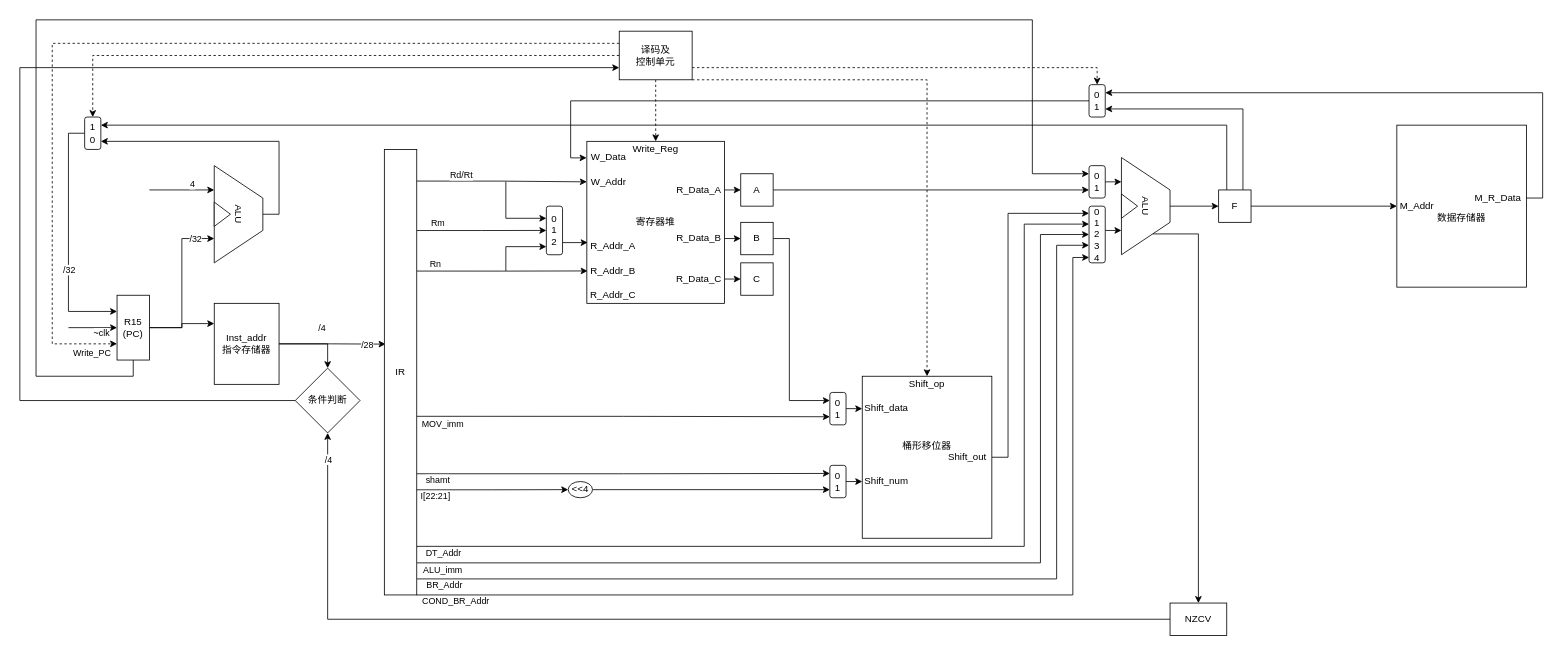
Earlier version of the draw.io diagram hdu2021ComputerOrganization/20210612/CPU核心结构图.drawio (KaizynX/MySmallProjects). Source tidied: cells renumbered, new cells numbered last; positions are measured from the earlier drawing's top-left corner, leaving out a move shared by most shapes. Both pictures are drawn from the tidied source at 81%, with x=0, y=0 at pixel (19, 19).
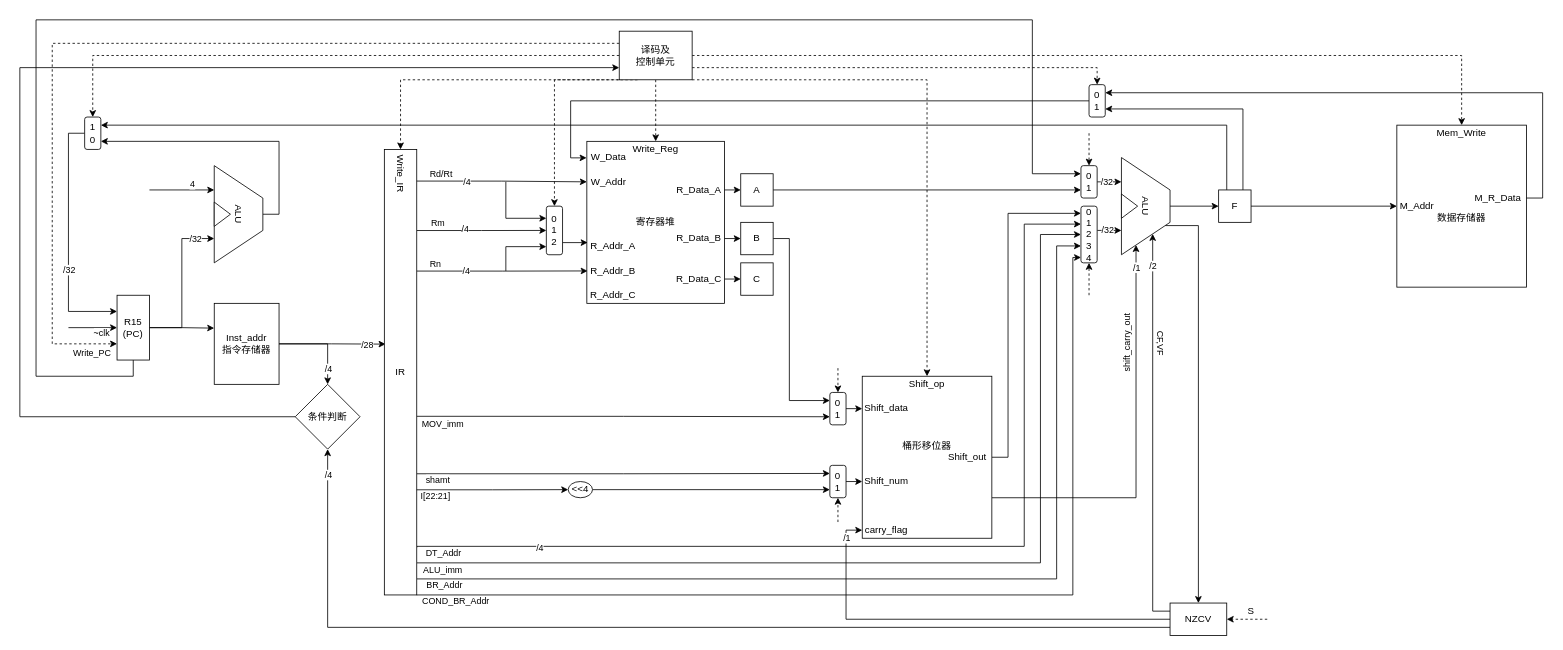
The same diagram, later.

The change refers to these unchanged cells:
```xml
<mxCell id="6" value="R15&lt;br&gt;(PC)" style="rounded=0;whiteSpace=wrap;html=1;" parent="1" vertex="1">
  <mxGeometry x="120" y="340" width="40" height="80" as="geometry" />
</mxCell>
<mxCell id="15" style="edgeStyle=orthogonalEdgeStyle;rounded=0;jettySize=auto;html=1;exitX=1;exitY=0.5;exitDx=0;exitDy=0;entryX=0.5;entryY=0;entryDx=0;entryDy=0;" parent="1" edge="1" source="17" target="52">
  <mxGeometry relative="1" as="geometry" />
</mxCell>
<mxCell id="17" value="Inst_addr&lt;br&gt;指令存储器" style="rounded=0;whiteSpace=wrap;html=1;" parent="1" vertex="1">
  <mxGeometry x="240" y="350" width="80" height="100" as="geometry" />
</mxCell>
<mxCell id="20" style="edgeStyle=orthogonalEdgeStyle;rounded=0;jettySize=auto;html=1;exitX=0.981;exitY=0.071;exitDx=0;exitDy=0;entryX=0;entryY=0.25;entryDx=0;entryDy=0;exitPerimeter=0;" parent="1" edge="1" source="40" target="48">
  <mxGeometry relative="1" as="geometry" />
</mxCell>
<mxCell id="23" style="edgeStyle=orthogonalEdgeStyle;rounded=0;jettySize=auto;html=1;exitX=0.995;exitY=0.273;exitDx=0;exitDy=0;entryX=0;entryY=0.5;entryDx=0;entryDy=0;exitPerimeter=0;" parent="1" edge="1" source="40" target="64">
  <mxGeometry relative="1" as="geometry" />
</mxCell>
<mxCell id="30" style="edgeStyle=orthogonalEdgeStyle;rounded=0;jettySize=auto;html=1;exitX=1.008;exitY=0.893;exitDx=0;exitDy=0;entryX=0;entryY=0.317;entryDx=0;entryDy=0;exitPerimeter=0;entryPerimeter=0;" parent="1" edge="1" source="40" target="98">
  <mxGeometry relative="1" as="geometry">
    <Array as="points">
      <mxPoint x="490" y="650" />
      <mxPoint x="1240" y="650" />
      <mxPoint x="1240" y="252" />
    </Array>
  </mxGeometry>
</mxCell>
<mxCell id="36" style="edgeStyle=orthogonalEdgeStyle;rounded=0;jettySize=auto;html=1;exitX=1;exitY=0.182;exitDx=0;exitDy=0;entryX=0;entryY=0.5;entryDx=0;entryDy=0;exitPerimeter=0;" parent="1" edge="1" source="40" target="67">
  <mxGeometry relative="1" as="geometry" />
</mxCell>
<mxCell id="40" value="IR" style="rounded=0;whiteSpace=wrap;html=1;" parent="1" vertex="1">
  <mxGeometry x="450" y="160" width="40" height="550" as="geometry" />
</mxCell>
<mxCell id="47" value="译码及&lt;br&gt;控制单元" style="rounded=0;whiteSpace=wrap;html=1;" parent="1" vertex="1">
  <mxGeometry x="740" y="14" width="90" height="60" as="geometry" />
</mxCell>
<mxCell id="50" value="桶形移位器&lt;br&gt;&amp;nbsp;&lt;br&gt;&amp;nbsp;" style="rounded=0;whiteSpace=wrap;html=1;" parent="1" vertex="1">
  <mxGeometry x="1040" y="440" width="160" height="200" as="geometry" />
</mxCell>
<mxCell id="60" value="&lt;br&gt;&lt;br&gt;数据存储器" style="rounded=0;whiteSpace=wrap;html=1;" parent="1" vertex="1">
  <mxGeometry x="1700" y="130" width="160" height="200" as="geometry" />
</mxCell>
<mxCell id="67" value="0&lt;br&gt;1&lt;br&gt;2" style="rounded=1;whiteSpace=wrap;html=1;" parent="1" vertex="1">
  <mxGeometry x="650" y="230" width="20" height="60" as="geometry" />
</mxCell>
<mxCell id="78" value="0&lt;br&gt;1" style="rounded=1;whiteSpace=wrap;html=1;" parent="1" vertex="1">
  <mxGeometry x="1000" y="550" width="20" height="40" as="geometry" />
</mxCell>
<mxCell id="81" value="ALU" style="shape=trapezoid;perimeter=trapezoidPerimeter;whiteSpace=wrap;html=1;fixedSize=1;rotation=90;size=40;" parent="1" vertex="1">
  <mxGeometry x="1330" y="200" width="120" height="60" as="geometry" />
</mxCell>
<mxCell id="84" value="0&lt;br&gt;1" style="rounded=1;whiteSpace=wrap;html=1;" parent="1" vertex="1">
  <mxGeometry x="1000" y="460" width="20" height="40" as="geometry" />
</mxCell>
<mxCell id="106" value="NZCV" style="rounded=0;whiteSpace=wrap;html=1;" parent="1" vertex="1">
  <mxGeometry x="1420" y="720" width="70" height="40" as="geometry" />
</mxCell>
```

Diff of the diagram source:
```diff
@@
-    <mxCell id="2" style="edgeStyle=orthogonalEdgeStyle;rounded=0;jettySize=auto;html=1;exitX=1;exitY=0.5;exitDx=0;exitDy=0;entryX=0;entryY=0.25;entryDx=0;entryDy=0;" parent="1" edge="1" source="6" target="17">
+    <mxCell id="2" style="edgeStyle=orthogonalEdgeStyle;rounded=0;jettySize=auto;html=1;exitX=1;exitY=0.5;exitDx=0;exitDy=0;entryX=-0.001;entryY=0.306;entryDx=0;entryDy=0;entryPerimeter=0;" parent="1" edge="1" source="6" target="17">
       <mxGeometry relative="1" as="geometry" />
     </mxCell>
@@
     <mxCell id="16" value="/4" style="edgeLabel;html=1;align=center;verticalAlign=middle;" parent="15" vertex="1">
       <mxGeometry x="0.16" y="1" relative="1" as="geometry">
-        <mxPoint y="-19" as="offset" />
+        <mxPoint x="-1" y="26" as="offset" />
       </mxGeometry>
     </mxCell>
@@
     <mxCell id="21" value="Rd/Rt" style="edgeLabel;html=1;align=center;verticalAlign=middle;" parent="20" vertex="1">
       <mxGeometry x="-0.27" y="1" relative="1" as="geometry">
-        <mxPoint x="-22" y="-7" as="offset" />
+        <mxPoint x="-46.5" y="-8.1" as="offset" />
       </mxGeometry>
     </mxCell>
+    <mxCell id="107" value="/4" style="edgeLabel;html=1;align=center;verticalAlign=middle;" parent="20" vertex="1">
+      <mxGeometry x="-0.41" relative="1" as="geometry" />
+    </mxCell>
@@
+    <mxCell id="108" value="/4" style="edgeLabel;html=1;align=center;verticalAlign=middle;" parent="23" vertex="1">
+      <mxGeometry x="-0.42" y="-2" relative="1" as="geometry">
+        <mxPoint y="-3" as="offset" />
+      </mxGeometry>
+    </mxCell>
@@
+    <mxCell id="109" value="/4" style="edgeLabel;html=1;align=center;verticalAlign=middle;" parent="30" vertex="1">
+      <mxGeometry x="-0.84" y="-1" relative="1" as="geometry">
+        <mxPoint x="54.9" as="offset" />
+      </mxGeometry>
+    </mxCell>
@@
-    <mxCell id="34" style="edgeStyle=orthogonalEdgeStyle;rounded=0;jettySize=auto;html=1;exitX=1.008;exitY=0.964;exitDx=0;exitDy=0;entryX=0;entryY=0.69;entryDx=0;entryDy=0;exitPerimeter=0;entryPerimeter=0;" parent="1" edge="1" source="40" target="98">
+    <mxCell id="34" style="edgeStyle=orthogonalEdgeStyle;rounded=0;jettySize=auto;html=1;exitX=1.008;exitY=0.964;exitDx=0;exitDy=0;exitPerimeter=0;entryX=0;entryY=0.702;entryDx=0;entryDy=0;entryPerimeter=0;" parent="1" edge="1" source="40" target="98">
       <mxGeometry relative="1" as="geometry">
         <Array as="points">
           <mxPoint x="1280" y="690" />
-          <mxPoint x="1280" y="278" />
-          <mxPoint x="1320" y="278" />
+          <mxPoint x="1280" y="279" />
         </Array>
       </mxGeometry>
     </mxCell>
@@
+    <mxCell id="110" value="/4" style="edgeLabel;html=1;align=center;verticalAlign=middle;" parent="36" vertex="1">
+      <mxGeometry x="-0.26" y="2" relative="1" as="geometry" />
+    </mxCell>
@@
+    <mxCell id="111" style="edgeStyle=orthogonalEdgeStyle;rounded=0;jettySize=auto;html=1;exitX=0;exitY=1;exitDx=0;exitDy=0;entryX=0.5;entryY=0;entryDx=0;entryDy=0;dashed=1;" parent="1" edge="1" source="47" target="40">
+      <mxGeometry relative="1" as="geometry">
+        <Array as="points">
+          <mxPoint x="470" y="74" />
+        </Array>
+      </mxGeometry>
+    </mxCell>
+    <mxCell id="112" style="edgeStyle=orthogonalEdgeStyle;rounded=0;jettySize=auto;html=1;exitX=0.25;exitY=1;exitDx=0;exitDy=0;entryX=0.5;entryY=0;entryDx=0;entryDy=0;dashed=1;" parent="1" edge="1" source="47" target="67">
+      <mxGeometry relative="1" as="geometry">
+        <Array as="points">
+          <mxPoint x="660" y="74" />
+        </Array>
+      </mxGeometry>
+    </mxCell>
+    <mxCell id="113" style="edgeStyle=orthogonalEdgeStyle;rounded=0;jettySize=auto;html=1;exitX=1;exitY=0.5;exitDx=0;exitDy=0;entryX=0.5;entryY=0;entryDx=0;entryDy=0;dashed=1;" parent="1" edge="1" source="47" target="60">
+      <mxGeometry relative="1" as="geometry" />
+    </mxCell>
@@
+    <mxCell id="114" style="edgeStyle=orthogonalEdgeStyle;rounded=0;jettySize=auto;html=1;exitX=1;exitY=0.75;exitDx=0;exitDy=0;entryX=1;entryY=0.75;entryDx=0;entryDy=0;" parent="1" edge="1" source="50" target="81">
+      <mxGeometry relative="1" as="geometry" />
+    </mxCell>
+    <mxCell id="115" value="shift_carry_out" style="edgeLabel;html=1;align=center;verticalAlign=middle;rotation=-90;" parent="114" vertex="1">
+      <mxGeometry x="-0.93" y="2" relative="1" as="geometry">
+        <mxPoint x="149" y="-188" as="offset" />
+      </mxGeometry>
+    </mxCell>
+    <mxCell id="116" value="/1" style="edgeLabel;html=1;align=center;verticalAlign=middle;" parent="114" vertex="1">
+      <mxGeometry x="0.89" relative="1" as="geometry" />
+    </mxCell>
@@
     <mxCell id="51" style="edgeStyle=orthogonalEdgeStyle;rounded=0;jettySize=auto;html=1;exitX=0;exitY=0.5;exitDx=0;exitDy=0;entryX=0;entryY=0.75;entryDx=0;entryDy=0;" parent="1" edge="1" source="52" target="47">
       <mxGeometry relative="1" as="geometry">
         <Array as="points">
-          <mxPoint y="470" />
+          <mxPoint y="490" />
           <mxPoint y="59" />
         </Array>
       </mxGeometry>
     </mxCell>
     <mxCell id="52" value="条件判断" style="rhombus;whiteSpace=wrap;html=1;" parent="1" vertex="1">
-      <mxGeometry x="340" y="430" width="80" height="80" as="geometry" />
+      <mxGeometry x="340" y="450" width="80" height="80" as="geometry" />
     </mxCell>
@@
-    <mxCell id="80" style="edgeStyle=orthogonalEdgeStyle;rounded=0;jettySize=auto;html=1;exitX=1;exitY=0.25;exitDx=0;exitDy=0;entryX=0.5;entryY=0;entryDx=0;entryDy=0;" parent="1" edge="1" source="81" target="106">
+    <mxCell id="80" style="edgeStyle=orthogonalEdgeStyle;rounded=0;jettySize=auto;html=1;exitX=0.75;exitY=0;exitDx=0;exitDy=0;entryX=0.5;entryY=0;entryDx=0;entryDy=0;" parent="1" edge="1" source="81" target="106">
       <mxGeometry relative="1" as="geometry">
         <Array as="points">
-          <mxPoint x="1455" y="264" />
+          <mxPoint x="1455" y="254" />
         </Array>
       </mxGeometry>
     </mxCell>
@@
-    <mxCell id="85" style="edgeStyle=orthogonalEdgeStyle;rounded=0;jettySize=auto;html=1;exitX=1;exitY=0.5;exitDx=0;exitDy=0;entryX=0.75;entryY=1;entryDx=0;entryDy=0;" parent="1" edge="1" target="81">
-      <mxGeometry relative="1" as="geometry">
-        <mxPoint x="1340" y="260" as="sourcePoint" />
-      </mxGeometry>
+    <mxCell id="85" style="edgeStyle=orthogonalEdgeStyle;rounded=0;jettySize=auto;html=1;entryX=0.75;entryY=1;entryDx=0;entryDy=0;exitX=1.007;exitY=0.428;exitDx=0;exitDy=0;exitPerimeter=0;" parent="1" edge="1" source="98" target="81">
+      <mxGeometry relative="1" as="geometry" />
     </mxCell>
+    <mxCell id="117" value="/32" style="edgeLabel;html=1;align=center;verticalAlign=middle;" parent="85" vertex="1">
+      <mxGeometry x="-0.18" relative="1" as="geometry" />
+    </mxCell>
@@
     <mxCell id="90" style="edgeStyle=orthogonalEdgeStyle;rounded=0;jettySize=auto;html=1;exitX=1;exitY=0.5;exitDx=0;exitDy=0;entryX=0.25;entryY=1;entryDx=0;entryDy=0;" parent="1" edge="1" source="91" target="81">
-      <mxGeometry relative="1" as="geometry" />
+      <mxGeometry relative="1" as="geometry">
+        <Array as="points">
+          <mxPoint x="1340" y="200" />
+          <mxPoint x="1340" y="200" />
+        </Array>
+      </mxGeometry>
     </mxCell>
+    <mxCell id="118" value="/32" style="edgeLabel;html=1;align=center;verticalAlign=middle;" parent="90" vertex="1">
+      <mxGeometry x="-0.28" y="1" relative="1" as="geometry" />
+    </mxCell>
     <mxCell id="91" value="0&lt;br&gt;1" style="rounded=1;whiteSpace=wrap;html=1;" parent="1" vertex="1">
-      <mxGeometry x="1320" y="180" width="20" height="40" as="geometry" />
+      <mxGeometry x="1310" y="180" width="20" height="40" as="geometry" />
     </mxCell>
@@
     <mxCell id="98" value="0&lt;br&gt;1&lt;br&gt;2&lt;br&gt;3&lt;br&gt;4" style="rounded=1;whiteSpace=wrap;html=1;" parent="1" vertex="1">
-      <mxGeometry x="1320" y="230" width="20" height="70" as="geometry" />
+      <mxGeometry x="1310" y="230" width="20" height="70" as="geometry" />
     </mxCell>
@@
-    <mxCell id="104" style="edgeStyle=orthogonalEdgeStyle;rounded=0;jettySize=auto;html=1;exitX=0;exitY=0.5;exitDx=0;exitDy=0;entryX=0.5;entryY=1;entryDx=0;entryDy=0;" parent="1" edge="1" source="106" target="52">
+    <mxCell id="104" style="edgeStyle=orthogonalEdgeStyle;rounded=0;jettySize=auto;html=1;exitX=0;exitY=0.75;exitDx=0;exitDy=0;entryX=0.5;entryY=1;entryDx=0;entryDy=0;" parent="1" edge="1" source="106" target="52">
       <mxGeometry relative="1" as="geometry" />
     </mxCell>
@@
+    <mxCell id="119" style="edgeStyle=orthogonalEdgeStyle;rounded=0;jettySize=auto;html=1;exitX=0;exitY=0.5;exitDx=0;exitDy=0;entryX=0;entryY=0.5;entryDx=0;entryDy=0;" parent="1" edge="1" source="106" target="131">
+      <mxGeometry relative="1" as="geometry" />
+    </mxCell>
+    <mxCell id="120" value="/1" style="edgeLabel;html=1;align=center;verticalAlign=middle;" parent="119" vertex="1">
+      <mxGeometry x="0.87" y="2" relative="1" as="geometry">
+        <mxPoint x="2" y="-5" as="offset" />
+      </mxGeometry>
+    </mxCell>
+    <mxCell id="121" style="edgeStyle=orthogonalEdgeStyle;rounded=0;jettySize=auto;html=1;exitX=0;exitY=0.25;exitDx=0;exitDy=0;entryX=1;entryY=0.25;entryDx=0;entryDy=0;" parent="1" edge="1" source="106" target="81">
+      <mxGeometry relative="1" as="geometry" />
+    </mxCell>
+    <mxCell id="122" value="/2" style="edgeLabel;html=1;align=center;verticalAlign=middle;" parent="121" vertex="1">
+      <mxGeometry x="0.84" relative="1" as="geometry" />
+    </mxCell>
+    <mxCell id="123" value="CF,VF" style="edgeLabel;html=1;align=center;verticalAlign=middle;rotation=90;" parent="121" vertex="1">
+      <mxGeometry x="0.47" relative="1" as="geometry">
+        <mxPoint x="11.4" y="5.6" as="offset" />
+      </mxGeometry>
+    </mxCell>
@@
+    <mxCell id="124" value="Write_IR" style="text;html=1;strokeColor=none;fillColor=none;align=center;verticalAlign=middle;whiteSpace=wrap;rounded=0;rotation=90;" parent="1" vertex="1">
+      <mxGeometry x="445" y="180" width="50" height="20" as="geometry" />
+    </mxCell>
+    <mxCell id="125" style="endArrow=classic;html=1;dashed=1;entryX=0.5;entryY=0;entryDx=0;entryDy=0;" parent="1" edge="1" target="91">
+      <mxGeometry relative="1" as="geometry">
+        <mxPoint x="1320" y="140" as="sourcePoint" />
+      </mxGeometry>
+    </mxCell>
+    <mxCell id="126" style="endArrow=classic;html=1;dashed=1;entryX=0.5;entryY=1;entryDx=0;entryDy=0;" parent="1" edge="1" target="98">
+      <mxGeometry relative="1" as="geometry">
+        <mxPoint x="1320" y="340" as="sourcePoint" />
+      </mxGeometry>
+    </mxCell>
+    <mxCell id="127" style="endArrow=classic;html=1;dashed=1;entryX=0.5;entryY=0;entryDx=0;entryDy=0;" parent="1" edge="1" target="84">
+      <mxGeometry relative="1" as="geometry">
+        <mxPoint x="1010" y="430" as="sourcePoint" />
+      </mxGeometry>
+    </mxCell>
+    <mxCell id="128" style="endArrow=classic;html=1;dashed=1;entryX=0.5;entryY=1;entryDx=0;entryDy=0;" parent="1" edge="1" target="78">
+      <mxGeometry relative="1" as="geometry">
+        <mxPoint x="1010" y="620" as="sourcePoint" />
+      </mxGeometry>
+    </mxCell>
+    <mxCell id="129" style="endArrow=classic;html=1;dashed=1;entryX=1;entryY=0.5;entryDx=0;entryDy=0;" parent="1" edge="1" target="106">
+      <mxGeometry relative="1" as="geometry">
+        <mxPoint x="1540" y="740" as="sourcePoint" />
+      </mxGeometry>
+    </mxCell>
+    <mxCell id="130" value="Mem_Write" style="text;html=1;strokeColor=none;fillColor=none;align=center;verticalAlign=middle;whiteSpace=wrap;rounded=0;" parent="1" vertex="1">
+      <mxGeometry x="1745" y="130" width="70" height="20" as="geometry" />
+    </mxCell>
+    <mxCell id="131" value="carry_flag" style="text;html=1;strokeColor=none;fillColor=none;align=center;verticalAlign=middle;whiteSpace=wrap;rounded=0;" parent="1" vertex="1">
+      <mxGeometry x="1040" y="620" width="60" height="20" as="geometry" />
+    </mxCell>
+    <mxCell id="132" value="S" style="text;html=1;strokeColor=none;fillColor=none;align=center;verticalAlign=middle;whiteSpace=wrap;rounded=0;" parent="1" vertex="1">
+      <mxGeometry x="1510" y="720" width="20" height="20" as="geometry" />
+    </mxCell>
```
